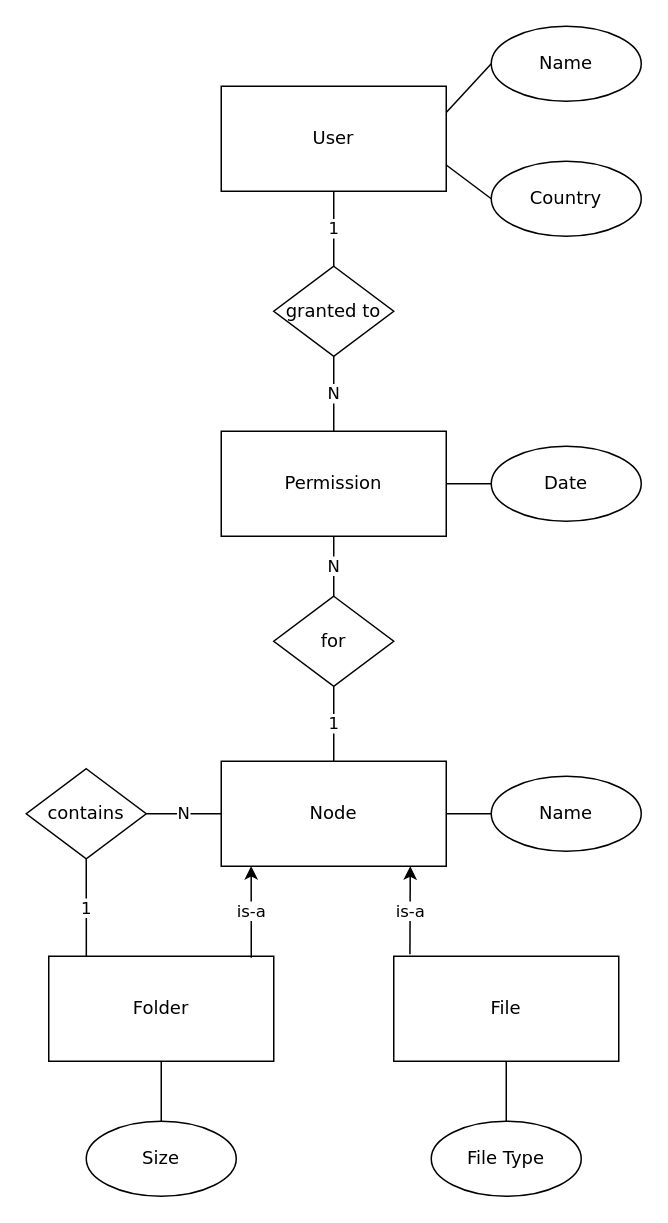
Above: wp1_design/erd_project_x.drawio in raschnick/dm_project_x (draw.io), before the change. Source tidied: cells renumbered, new cells numbered last; positions are measured from the earlier drawing's top-left corner, leaving out a move shared by most shapes. Both pictures are drawn from the tidied source at 150%, with x=0, y=0 at pixel (26, 26).
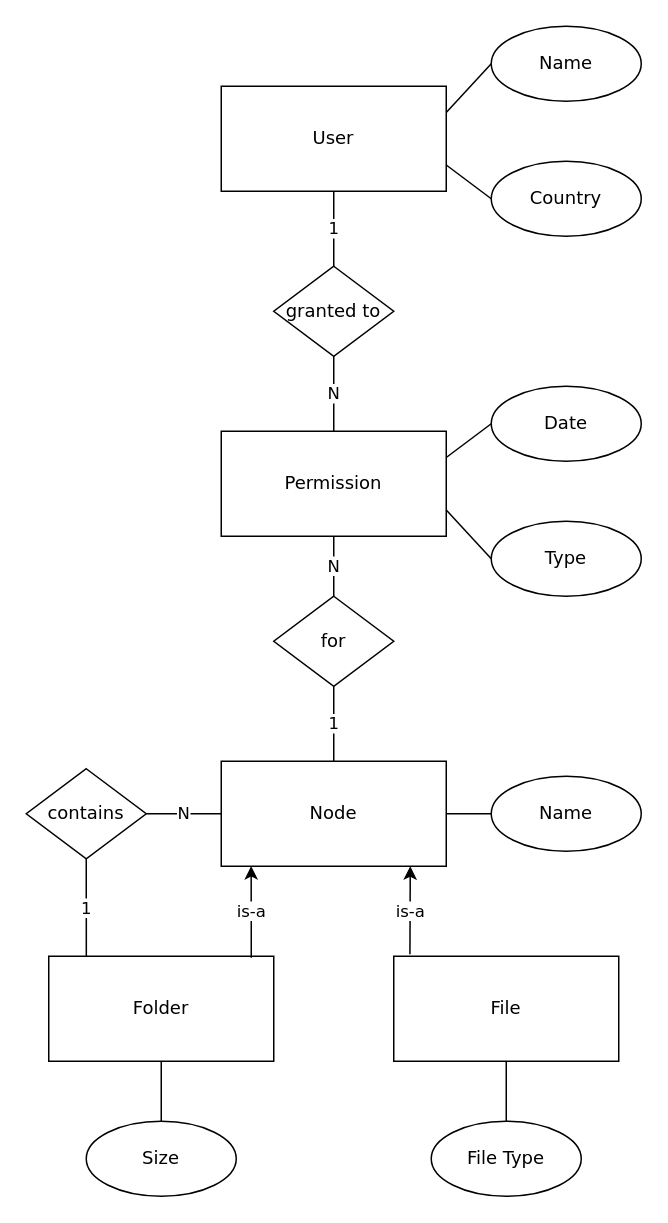
After the change.

Commit message (it also covers changes not shown here):
added missing attribute to ERD

The change refers to these unchanged cells:
```xml
<mxCell id="5" value="Permission" style="rounded=0;whiteSpace=wrap;html=1;fontFamily=Verdana;" parent="1" vertex="1">
  <mxGeometry x="130" y="270" width="150" height="70" as="geometry" />
</mxCell>
```

What changed in the source:
```diff
@@
     <mxCell id="10" value="Date" style="ellipse;whiteSpace=wrap;html=1;fontFamily=Verdana;" parent="1" vertex="1">
-      <mxGeometry x="310" y="280" width="100" height="50" as="geometry" />
+      <mxGeometry x="310" y="240" width="100" height="50" as="geometry" />
     </mxCell>
@@
-    <mxCell id="27" style="endArrow=none;html=1;rounded=0;entryX=0;entryY=0.5;entryDx=0;entryDy=0;exitX=1;exitY=0.5;exitDx=0;exitDy=0;fontFamily=Verdana;" parent="1" edge="1" source="5" target="10">
+    <mxCell id="27" style="endArrow=none;html=1;rounded=0;entryX=0;entryY=0.5;entryDx=0;entryDy=0;exitX=1;exitY=0.25;exitDx=0;exitDy=0;fontFamily=Verdana;" parent="1" edge="1" source="5" target="10">
       <mxGeometry relative="1" as="geometry" />
     </mxCell>
@@
+    <mxCell id="30" value="Type" style="ellipse;whiteSpace=wrap;html=1;fontFamily=Verdana;" parent="1" vertex="1">
+      <mxGeometry x="310" y="330" width="100" height="50" as="geometry" />
+    </mxCell>
+    <mxCell id="31" style="endArrow=none;html=1;rounded=0;entryX=0;entryY=0.5;entryDx=0;entryDy=0;exitX=1;exitY=0.75;exitDx=0;exitDy=0;fontFamily=Verdana;" parent="1" edge="1" source="5" target="30">
+      <mxGeometry relative="1" as="geometry" />
+    </mxCell>
```
